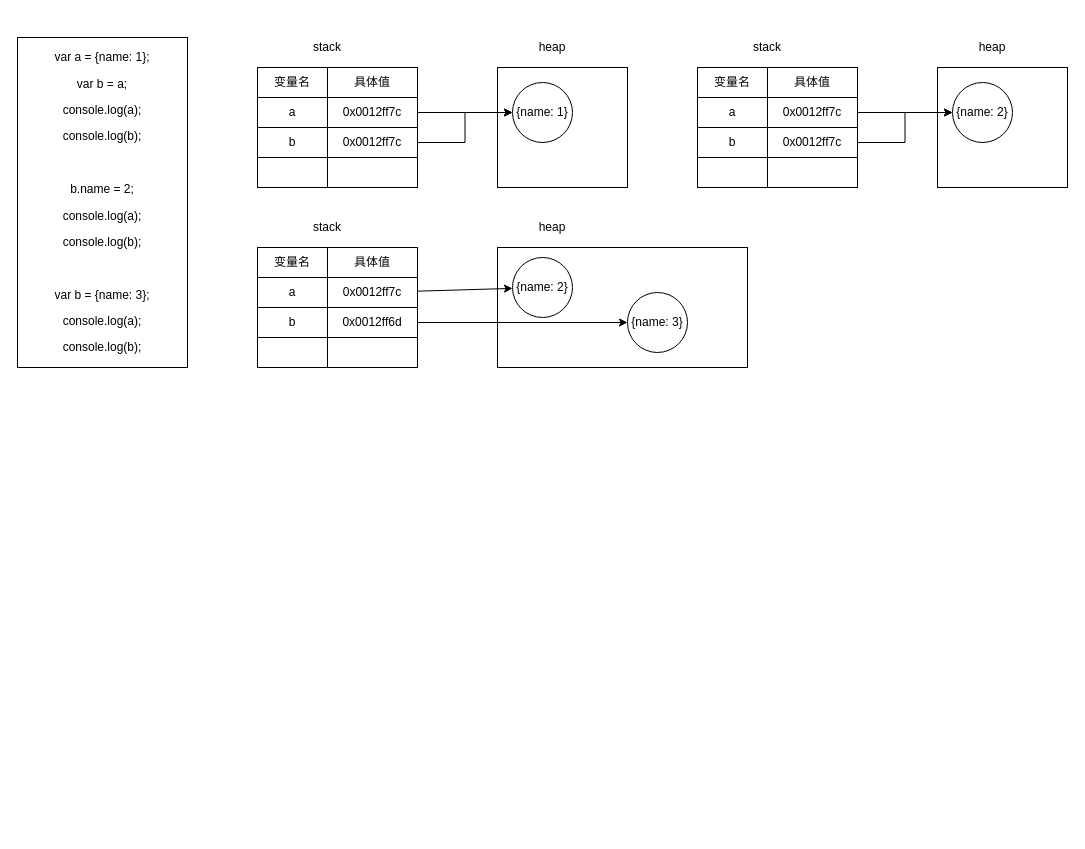
Earlier version of the draw.io diagram exports、module.exports 和 export、export default.drawio (JMHello/draw). Source tidied: cells renumbered, new cells numbered last; positions are measured from the earlier drawing's top-left corner, leaving out a move shared by most shapes. Both pictures are drawn from the tidied source at 100%, with x=0, y=0 at pixel (17, 37).
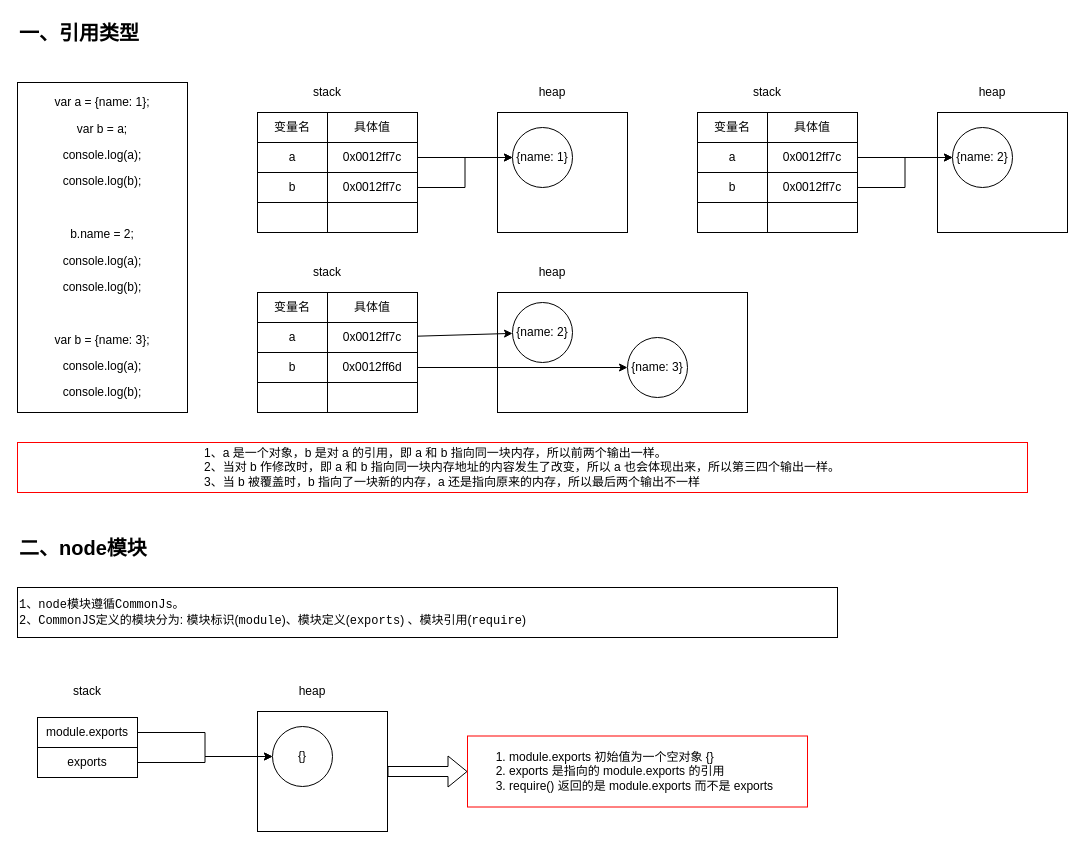
After the change.

Unchanged cells that the change refers to:
```xml
<mxCell id="53" value="0x0012ff7c" style="rounded=0;whiteSpace=wrap;html=1;strokeColor=#000000;" parent="51" vertex="1">
  <mxGeometry y="30" width="90" height="30" as="geometry" />
</mxCell>
<mxCell id="58" value="&lt;span&gt;0x0012ff6d&lt;/span&gt;" style="rounded=0;whiteSpace=wrap;html=1;strokeColor=#000000;" parent="57" vertex="1">
  <mxGeometry width="90" height="30" as="geometry" />
</mxCell>
```

What changed in the source:
```diff
@@
+    <mxCell id="63" style="group;" parent="1" vertex="1">
+      <mxGeometry y="45" width="1050" height="410" as="geometry" />
+    </mxCell>
-    <mxCell id="2" value="&lt;p&gt;var a = {name: 1};&lt;/p&gt;&lt;p&gt;var b = a;&lt;/p&gt;&lt;p&gt;console.log(a);&lt;/p&gt;&lt;p&gt;console.log(b);&lt;/p&gt;&lt;p&gt;&lt;br&gt;&lt;/p&gt;&lt;p&gt;b.name = 2;&lt;/p&gt;&lt;p&gt;&lt;span&gt;console.log(a);&lt;/span&gt;&lt;br&gt;&lt;/p&gt;&lt;p&gt;console.log(b);&lt;/p&gt;&lt;p&gt;&lt;br&gt;&lt;/p&gt;&lt;p&gt;var b = {name: 3};&lt;/p&gt;&lt;p&gt;console.log(a);&lt;/p&gt;&lt;p&gt;console.log(b);&lt;/p&gt;" style="text;html=1;align=center;verticalAlign=middle;whiteSpace=wrap;rounded=0;strokeColor=#000000;" parent="1" vertex="1">
+    <mxCell id="2" value="&lt;p&gt;var a = {name: 1};&lt;/p&gt;&lt;p&gt;var b = a;&lt;/p&gt;&lt;p&gt;console.log(a);&lt;/p&gt;&lt;p&gt;console.log(b);&lt;/p&gt;&lt;p&gt;&lt;br&gt;&lt;/p&gt;&lt;p&gt;b.name = 2;&lt;/p&gt;&lt;p&gt;&lt;span&gt;console.log(a);&lt;/span&gt;&lt;br&gt;&lt;/p&gt;&lt;p&gt;console.log(b);&lt;/p&gt;&lt;p&gt;&lt;br&gt;&lt;/p&gt;&lt;p&gt;var b = {name: 3};&lt;/p&gt;&lt;p&gt;console.log(a);&lt;/p&gt;&lt;p&gt;console.log(b);&lt;/p&gt;" style="text;html=1;align=center;verticalAlign=middle;whiteSpace=wrap;rounded=0;strokeColor=#000000;" parent="63" vertex="1">
       <mxGeometry width="170" height="330" as="geometry" />
     </mxCell>
-    <mxCell id="3" style="group;" parent="1" vertex="1">
+    <mxCell id="3" style="group;" parent="63" vertex="1">
       <mxGeometry x="240" width="370" height="150" as="geometry" />
     </mxCell>
@@
-    <mxCell id="23" style="group;" parent="1" vertex="1">
+    <mxCell id="23" style="group;" parent="63" vertex="1">
       <mxGeometry x="680" width="370" height="150" as="geometry" />
     </mxCell>
@@
-    <mxCell id="43" style="rounded=0;whiteSpace=wrap;html=1;strokeColor=#000000;" parent="1" vertex="1">
+    <mxCell id="43" style="rounded=0;whiteSpace=wrap;html=1;strokeColor=#000000;" parent="63" vertex="1">
       <mxGeometry x="480" y="210" width="250" height="120" as="geometry" />
     </mxCell>
-    <mxCell id="44" value="stack" style="text;html=1;strokeColor=none;fillColor=none;align=center;verticalAlign=middle;whiteSpace=wrap;rounded=0;" parent="1" vertex="1">
+    <mxCell id="44" value="stack" style="text;html=1;strokeColor=none;fillColor=none;align=center;verticalAlign=middle;whiteSpace=wrap;rounded=0;" parent="63" vertex="1">
       <mxGeometry x="290" y="180" width="40" height="20" as="geometry" />
     </mxCell>
-    <mxCell id="45" value="heap" style="text;html=1;strokeColor=none;fillColor=none;align=center;verticalAlign=middle;whiteSpace=wrap;rounded=0;" parent="1" vertex="1">
+    <mxCell id="45" value="heap" style="text;html=1;strokeColor=none;fillColor=none;align=center;verticalAlign=middle;whiteSpace=wrap;rounded=0;" parent="63" vertex="1">
       <mxGeometry x="515" y="180" width="40" height="20" as="geometry" />
     </mxCell>
-    <mxCell id="46" value="{name: 2}" style="ellipse;whiteSpace=wrap;html=1;strokeColor=#000000;" parent="1" vertex="1">
+    <mxCell id="46" value="{name: 2}" style="ellipse;whiteSpace=wrap;html=1;strokeColor=#000000;" parent="63" vertex="1">
       <mxGeometry x="495" y="220" width="60" height="60" as="geometry" />
     </mxCell>
-    <mxCell id="47" style="group;" parent="1" vertex="1">
+    <mxCell id="47" style="group;" parent="63" vertex="1">
       <mxGeometry x="240" y="210" width="160" height="120" as="geometry" />
     </mxCell>
@@
-    <mxCell id="60" style="rounded=0;jettySize=auto;html=1;" parent="1" edge="1" source="53" target="46">
+    <mxCell id="60" style="rounded=0;jettySize=auto;html=1;" parent="63" edge="1" source="53" target="46">
       <mxGeometry relative="1" as="geometry" />
     </mxCell>
-    <mxCell id="61" style="edgeStyle=orthogonalEdgeStyle;rounded=0;jettySize=auto;html=1;entryX=0;entryY=0.5;entryDx=0;entryDy=0;" parent="1" edge="1" source="58" target="62">
+    <mxCell id="61" style="edgeStyle=orthogonalEdgeStyle;rounded=0;jettySize=auto;html=1;entryX=0;entryY=0.5;entryDx=0;entryDy=0;" parent="63" edge="1" source="58" target="62">
       <mxGeometry relative="1" as="geometry" />
     </mxCell>
-    <mxCell id="62" value="{name: 3}" style="ellipse;whiteSpace=wrap;html=1;strokeColor=#000000;" parent="1" vertex="1">
+    <mxCell id="62" value="{name: 3}" style="ellipse;whiteSpace=wrap;html=1;strokeColor=#000000;" parent="63" vertex="1">
       <mxGeometry x="610" y="255" width="60" height="60" as="geometry" />
     </mxCell>
+    <mxCell id="64" value="&lt;div style=&quot;text-align: left&quot;&gt;&lt;span&gt;1、a 是一个对象，b 是对 a 的引用，即 a 和 b 指向同一块内存，所以前两个输出一样。&lt;/span&gt;&lt;/div&gt;&lt;span&gt;&lt;div style=&quot;text-align: left&quot;&gt;&lt;span&gt;2、当对 b 作修改时，即 a 和 b 指向同一块内存地址的内容发生了改变，所以 a 也会体现出来，所以第三四个输出一样。&lt;br&gt;3、当 b 被覆盖时，b 指向了一块新的内存，a 还是指向原来的内存，所以最后两个输出不一样&lt;/span&gt;&lt;/div&gt;&lt;/span&gt;" style="text;html=1;align=center;verticalAlign=middle;whiteSpace=wrap;rounded=0;strokeColor=#FF0000;" parent="63" vertex="1">
+      <mxGeometry y="360" width="1010" height="50" as="geometry" />
+    </mxCell>
+    <mxCell id="65" value="&lt;font style=&quot;font-size: 20px;&quot;&gt;一、引用类型&lt;/font&gt;" style="text;html=1;strokeColor=none;fillColor=none;align=left;verticalAlign=middle;whiteSpace=wrap;rounded=0;fontSize=20;fontStyle=1;" parent="1" vertex="1">
+      <mxGeometry y="-20" width="140" height="30" as="geometry" />
+    </mxCell>
+    <mxCell id="66" value="&lt;font style=&quot;font-size: 20px&quot;&gt;二、node模块&lt;/font&gt;" style="text;html=1;strokeColor=none;fillColor=none;align=left;verticalAlign=middle;whiteSpace=wrap;rounded=0;fontSize=20;fontStyle=1;" parent="1" vertex="1">
+      <mxGeometry y="485" width="330" height="50" as="geometry" />
+    </mxCell>
+    <mxCell id="67" value="&lt;code style=&quot;font-size: 12px&quot;&gt;1、node模块遵循CommonJs。&lt;br&gt;2、CommonJS&lt;/code&gt;&lt;span style=&quot;font-size: 12px&quot;&gt;定义的模块分为: 模块标识(&lt;/span&gt;&lt;code style=&quot;font-size: 12px&quot;&gt;module&lt;/code&gt;&lt;span style=&quot;font-size: 12px&quot;&gt;)、模块定义(&lt;/span&gt;&lt;code style=&quot;font-size: 12px&quot;&gt;exports&lt;/code&gt;&lt;span style=&quot;font-size: 12px&quot;&gt;) 、模块引用(&lt;/span&gt;&lt;code style=&quot;font-size: 12px&quot;&gt;require&lt;/code&gt;&lt;span style=&quot;font-size: 12px&quot;&gt;)&lt;/span&gt;" style="rounded=0;whiteSpace=wrap;html=1;strokeColor=#000000;fontSize=12;align=left;" parent="1" vertex="1">
+      <mxGeometry y="550" width="820" height="50" as="geometry" />
+    </mxCell>
+    <mxCell id="68" style="group;" parent="1" vertex="1">
+      <mxGeometry x="20" y="644" width="350" height="150" as="geometry" />
+    </mxCell>
+    <mxCell id="69" style="rounded=0;whiteSpace=wrap;html=1;strokeColor=#000000;" parent="68" vertex="1">
+      <mxGeometry x="220" y="30" width="130" height="120" as="geometry" />
+    </mxCell>
+    <mxCell id="70" value="stack" style="text;html=1;strokeColor=none;fillColor=none;align=center;verticalAlign=middle;whiteSpace=wrap;rounded=0;" parent="68" vertex="1">
+      <mxGeometry x="30" width="40" height="20" as="geometry" />
+    </mxCell>
+    <mxCell id="71" value="heap" style="text;html=1;strokeColor=none;fillColor=none;align=center;verticalAlign=middle;whiteSpace=wrap;rounded=0;" parent="68" vertex="1">
+      <mxGeometry x="255" width="40" height="20" as="geometry" />
+    </mxCell>
+    <mxCell id="72" value="{}" style="ellipse;whiteSpace=wrap;html=1;strokeColor=#000000;" parent="68" vertex="1">
+      <mxGeometry x="235" y="45" width="60" height="60" as="geometry" />
+    </mxCell>
+    <mxCell id="73" style="group;" parent="68" vertex="1">
+      <mxGeometry y="36" width="100" height="60" as="geometry" />
+    </mxCell>
+    <mxCell id="74" value="module.exports" style="rounded=0;whiteSpace=wrap;html=1;strokeColor=#000000;" parent="73" vertex="1">
+      <mxGeometry width="100" height="30" as="geometry" />
+    </mxCell>
+    <mxCell id="75" value="exports" style="rounded=0;whiteSpace=wrap;html=1;strokeColor=#000000;" parent="73" vertex="1">
+      <mxGeometry y="30" width="100" height="30" as="geometry" />
+    </mxCell>
+    <mxCell id="76" style="edgeStyle=orthogonalEdgeStyle;rounded=0;jettySize=auto;html=1;fontSize=12;" parent="68" edge="1" source="74" target="72">
+      <mxGeometry relative="1" as="geometry" />
+    </mxCell>
+    <mxCell id="77" style="edgeStyle=orthogonalEdgeStyle;rounded=0;jettySize=auto;html=1;fontSize=12;" parent="68" edge="1" source="75" target="72">
+      <mxGeometry relative="1" as="geometry" />
+    </mxCell>
+    <mxCell id="78" value="&lt;ol&gt;&lt;li&gt;module.exports 初始值为一个空对象 {}&lt;/li&gt;&lt;li&gt;exports 是指向的 module.exports 的引用&lt;/li&gt;&lt;li&gt;require() 返回的是 module.exports 而不是 exports&lt;/li&gt;&lt;/ol&gt;" style="text;html=1;align=left;verticalAlign=middle;whiteSpace=wrap;rounded=0;fontSize=12;strokeColor=#FF0000;" parent="1" vertex="1">
+      <mxGeometry x="450" y="698.5" width="340" height="71" as="geometry" />
+    </mxCell>
+    <mxCell id="79" style="edgeStyle=orthogonalEdgeStyle;rounded=0;jettySize=auto;html=1;fontSize=12;shape=flexArrow;" parent="1" edge="1" source="69" target="78">
+      <mxGeometry relative="1" as="geometry" />
+    </mxCell>
```
